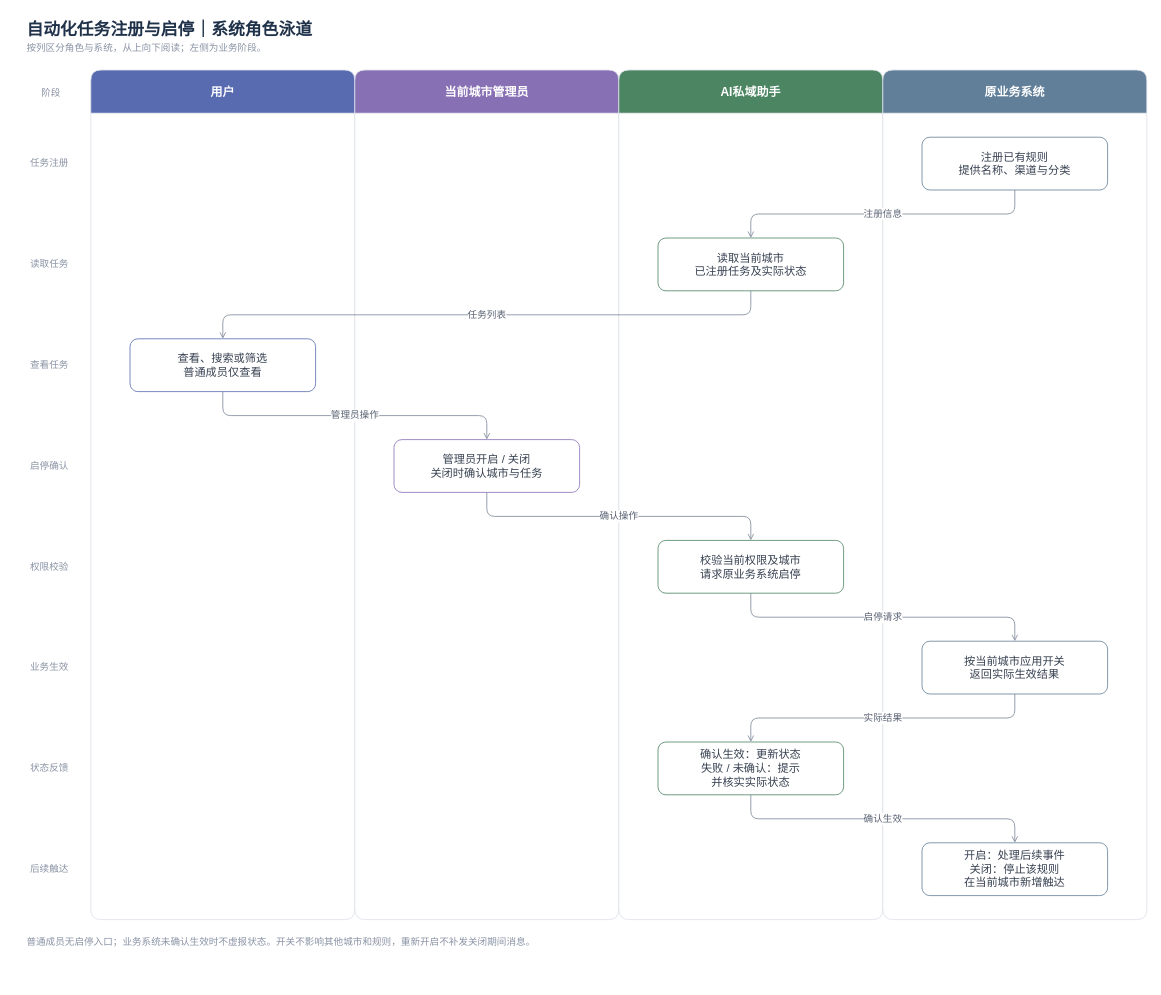
Before: page "自动化任务注册与启停｜系统角色泳道" (3 of 3) of message-notifications/消息通知-角色与系统业务流程.drawio in JZT-AI/ai-proactive-activation, a draw.io diagram. Source tidied: cells renumbered, new cells numbered last; positions are measured from the earlier drawing's top-left corner, leaving out a move shared by most shapes. Both pictures are drawn from the tidied source at 80%, with x=0, y=0 at pixel (14, 14).
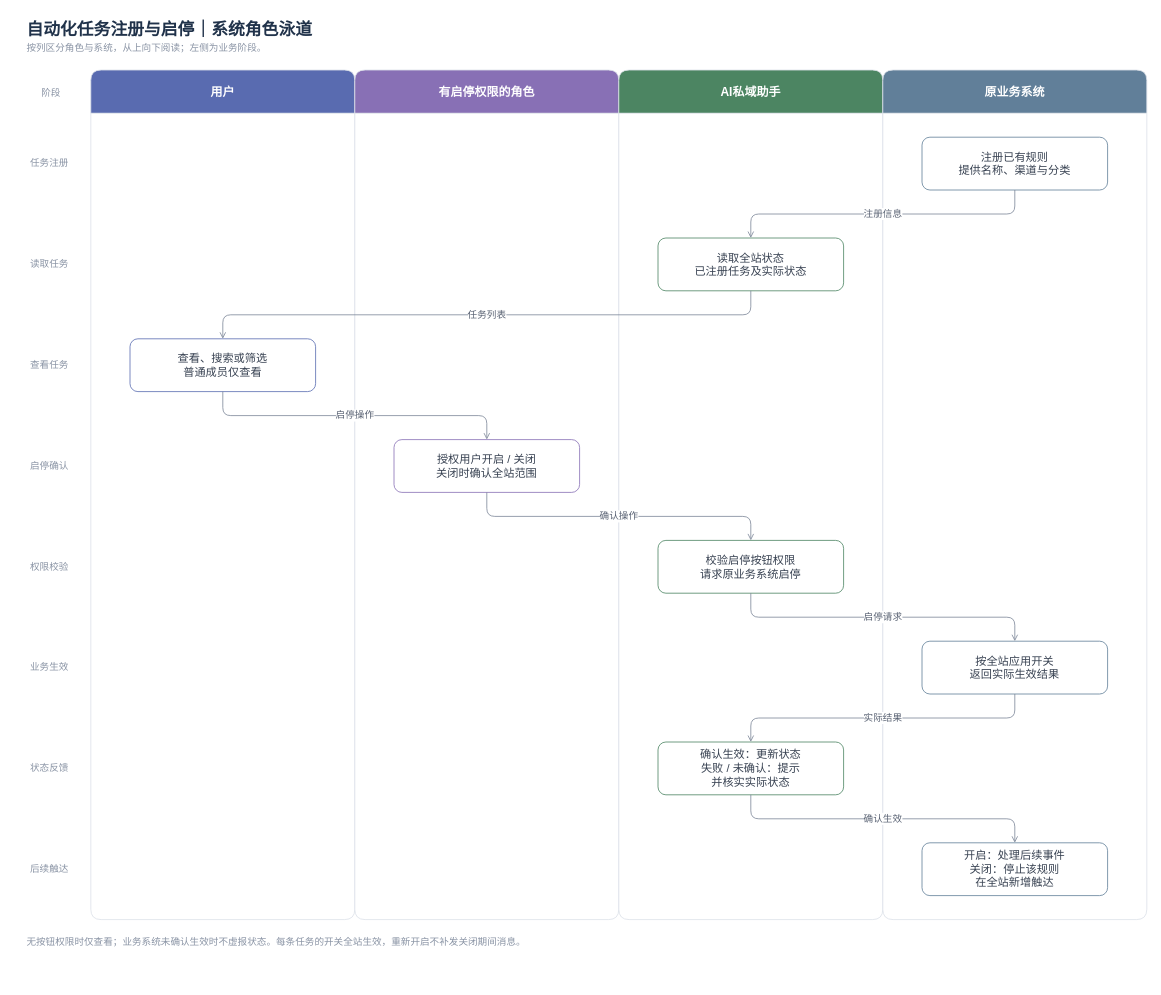
After the change.

The change refers to these unchanged cells:
```xml
<mxCell id="7" value="AI私域助手" style="swimlane;horizontal=1;startSize=54;rounded=1;arcSize=8;fillColor=#4c8562;swimlaneFillColor=#ffffff;strokeColor=#dce1e9;fontColor=#ffffff;fontSize=15;fontStyle=1;" parent="1" vertex="1">
  <mxGeometry x="756" y="70" width="330" height="1062" as="geometry" />
</mxCell>
<mxCell id="8" value="原业务系统" style="swimlane;horizontal=1;startSize=54;rounded=1;arcSize=8;fillColor=#617f99;swimlaneFillColor=#ffffff;strokeColor=#dce1e9;fontColor=#ffffff;fontSize=15;fontStyle=1;" parent="1" vertex="1">
  <mxGeometry x="1086" y="70" width="330" height="1062" as="geometry" />
</mxCell>
<mxCell id="19" value="查看、搜索或筛选&lt;br&gt;普通成员仅查看" style="rounded=1;whiteSpace=wrap;html=1;fillColor=#ffffff;strokeColor=#596bb0;strokeWidth=1;fontColor=#374151;fontSize=14;spacing=8;" parent="5" vertex="1">
  <mxGeometry x="49" y="336" width="232" height="66" as="geometry" />
</mxCell>
```

Diff of the diagram source:
```diff
@@
-    <mxCell id="6" value="当前城市管理员" style="swimlane;horizontal=1;startSize=54;rounded=1;arcSize=8;fillColor=#8870b5;swimlaneFillColor=#ffffff;strokeColor=#dce1e9;fontColor=#ffffff;fontSize=15;fontStyle=1;" parent="1" vertex="1">
+    <mxCell id="6" value="有启停权限的角色" style="swimlane;horizontal=1;startSize=54;rounded=1;arcSize=8;fillColor=#8870b5;swimlaneFillColor=#ffffff;strokeColor=#dce1e9;fontColor=#ffffff;fontSize=15;fontStyle=1;" parent="1" vertex="1">
       <mxGeometry x="426" y="70" width="330" height="1062" as="geometry" />
     </mxCell>
@@
-    <mxCell id="18" value="读取当前城市&lt;br&gt;已注册任务及实际状态" style="rounded=1;whiteSpace=wrap;html=1;fillColor=#ffffff;strokeColor=#4c8562;strokeWidth=1;fontColor=#374151;fontSize=14;spacing=8;" parent="7" vertex="1">
+    <mxCell id="18" value="读取全站状态&lt;br&gt;已注册任务及实际状态" style="rounded=1;whiteSpace=wrap;html=1;fillColor=#ffffff;strokeColor=#4c8562;strokeWidth=1;fontColor=#374151;fontSize=14;spacing=8;" parent="7" vertex="1">
       <mxGeometry x="49" y="210" width="232" height="66" as="geometry" />
     </mxCell>
@@
-    <mxCell id="20" value="管理员开启 / 关闭&lt;br&gt;关闭时确认城市与任务" style="rounded=1;whiteSpace=wrap;html=1;fillColor=#ffffff;strokeColor=#8870b5;strokeWidth=1;fontColor=#374151;fontSize=14;spacing=8;" parent="6" vertex="1">
+    <mxCell id="20" value="授权用户开启 / 关闭&lt;br&gt;关闭时确认全站范围" style="rounded=1;whiteSpace=wrap;html=1;fillColor=#ffffff;strokeColor=#8870b5;strokeWidth=1;fontColor=#374151;fontSize=14;spacing=8;" parent="6" vertex="1">
       <mxGeometry x="49" y="462" width="232" height="66" as="geometry" />
     </mxCell>
-    <mxCell id="21" value="校验当前权限及城市&lt;br&gt;请求原业务系统启停" style="rounded=1;whiteSpace=wrap;html=1;fillColor=#ffffff;strokeColor=#4c8562;strokeWidth=1;fontColor=#374151;fontSize=14;spacing=8;" parent="7" vertex="1">
+    <mxCell id="21" value="校验启停按钮权限&lt;br&gt;请求原业务系统启停" style="rounded=1;whiteSpace=wrap;html=1;fillColor=#ffffff;strokeColor=#4c8562;strokeWidth=1;fontColor=#374151;fontSize=14;spacing=8;" parent="7" vertex="1">
       <mxGeometry x="49" y="588" width="232" height="66" as="geometry" />
     </mxCell>
-    <mxCell id="22" value="按当前城市应用开关&lt;br&gt;返回实际生效结果" style="rounded=1;whiteSpace=wrap;html=1;fillColor=#ffffff;strokeColor=#617f99;strokeWidth=1;fontColor=#374151;fontSize=14;spacing=8;" parent="8" vertex="1">
+    <mxCell id="22" value="按全站应用开关&lt;br&gt;返回实际生效结果" style="rounded=1;whiteSpace=wrap;html=1;fillColor=#ffffff;strokeColor=#617f99;strokeWidth=1;fontColor=#374151;fontSize=14;spacing=8;" parent="8" vertex="1">
       <mxGeometry x="49" y="714" width="232" height="66" as="geometry" />
     </mxCell>
@@
-    <mxCell id="24" value="开启：处理后续事件&lt;br&gt;关闭：停止该规则&lt;br&gt;在当前城市新增触达" style="rounded=1;whiteSpace=wrap;html=1;fillColor=#ffffff;strokeColor=#617f99;strokeWidth=1;fontColor=#374151;fontSize=14;spacing=8;" parent="8" vertex="1">
+    <mxCell id="24" value="开启：处理后续事件&lt;br&gt;关闭：停止该规则&lt;br&gt;在全站新增触达" style="rounded=1;whiteSpace=wrap;html=1;fillColor=#ffffff;strokeColor=#617f99;strokeWidth=1;fontColor=#374151;fontSize=14;spacing=8;" parent="8" vertex="1">
       <mxGeometry x="49" y="966" width="232" height="66" as="geometry" />
     </mxCell>
@@
-    <mxCell id="27" value="管理员操作" style="edgeStyle=orthogonalEdgeStyle;rounded=1;html=1;strokeColor=#7d8798;strokeWidth=1;fontSize=12;fontColor=#596273;labelBackgroundColor=#ffffff;endArrow=open;endFill=0;exitX=0.5;exitY=1;entryX=0.5;entryY=0;" parent="1" edge="1" source="19" target="20">
+    <mxCell id="27" value="启停操作" style="edgeStyle=orthogonalEdgeStyle;rounded=1;html=1;strokeColor=#7d8798;strokeWidth=1;fontSize=12;fontColor=#596273;labelBackgroundColor=#ffffff;endArrow=open;endFill=0;exitX=0.5;exitY=1;entryX=0.5;entryY=0;" parent="1" edge="1" source="19" target="20">
       <mxGeometry relative="1" as="geometry">
         <Array as="points">
           <mxPoint x="261" y="502" />
           <mxPoint x="591" y="502" />
         </Array>
       </mxGeometry>
     </mxCell>
@@
-    <mxCell id="32" value="普通成员无启停入口；业务系统未确认生效时不虚报状态。开关不影响其他城市和规则，重新开启不补发关闭期间消息。" style="text;html=1;whiteSpace=wrap;fontSize=12;fontColor=#8993a4;align=left;" parent="1" vertex="1">
+    <mxCell id="32" value="无按钮权限时仅查看；业务系统未确认生效时不虚报状态。每条任务的开关全站生效，重新开启不补发关闭期间消息。" style="text;html=1;whiteSpace=wrap;fontSize=12;fontColor=#8993a4;align=left;" parent="1" vertex="1">
       <mxGeometry x="14" y="1146" width="1396" height="64" as="geometry" />
     </mxCell>
```
